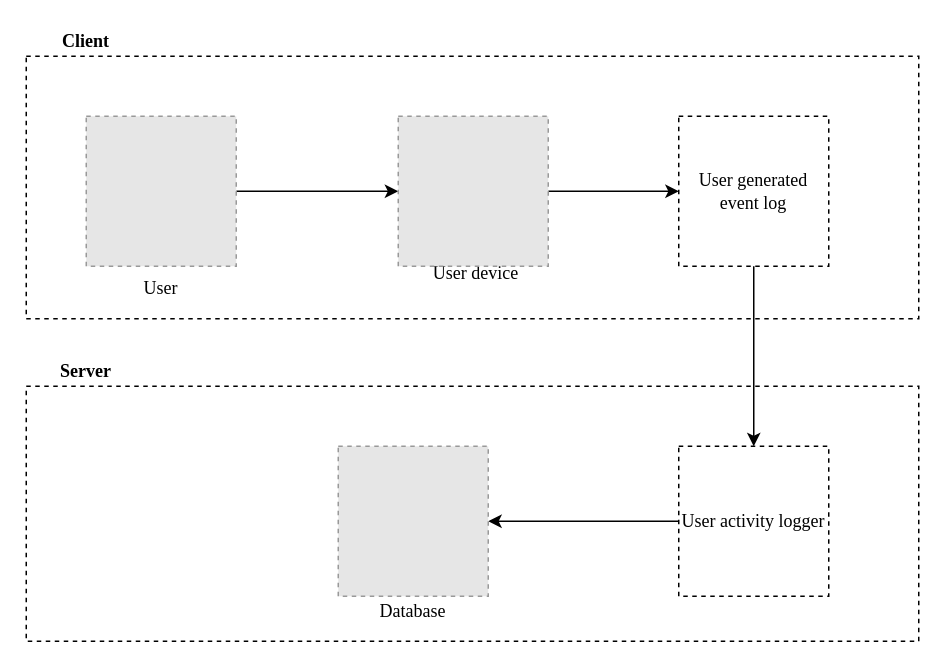
CorrieScheepers/Masters keeps this draw.io diagram as img/Chapter2/SystemA_Architecture_Diagram/SystemA_Architecture_Diagram.drawio. Above is the earlier version. Source tidied: cells renumbered, new cells numbered last; positions are measured from the earlier drawing's top-left corner, leaving out a move shared by most shapes. Both pictures are drawn from the tidied source at 150%, with x=0, y=0 at pixel (26, 26). Pictures stored in the file or linked from it are replaced by grey dashed boxes.
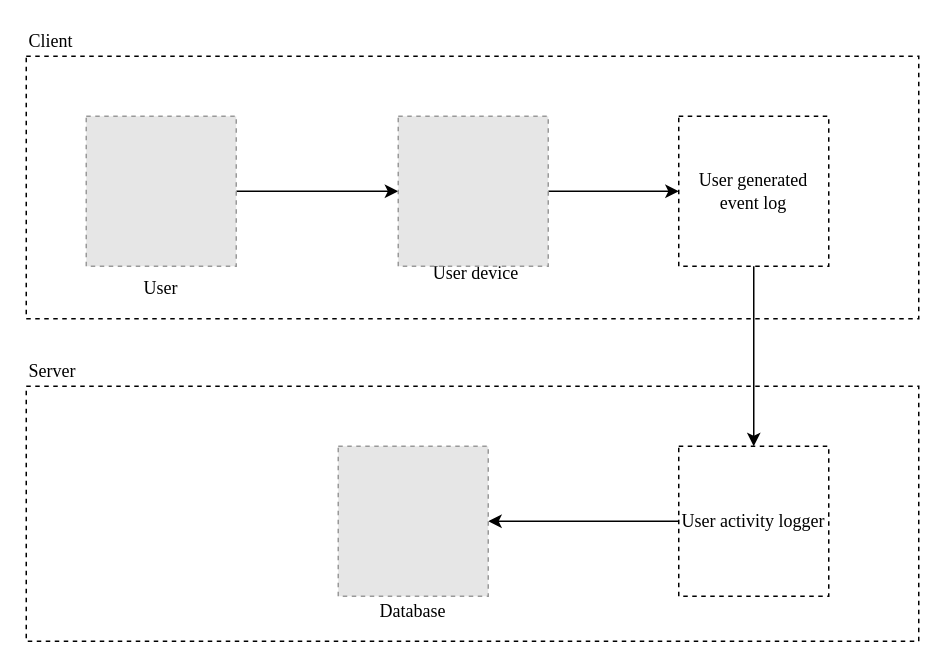
The same diagram, later.

Diff of the diagram source:
```diff
@@
 <mxGraphModel>
   <root>
     <mxCell id="0" />
     <mxCell id="1" parent="0" />
     <mxCell id="2" style="rounded=0;whiteSpace=wrap;html=1;dashed=1;strokeColor=#000000;fillColor=none;fontFamily=Times New Roman;" parent="1" vertex="1">
       <mxGeometry y="240" width="595" height="170" as="geometry" />
     </mxCell>
     <mxCell id="3" style="rounded=0;whiteSpace=wrap;html=1;dashed=1;fillColor=none;strokeColor=#000000;fontFamily=Times New Roman;" parent="1" vertex="1">
       <mxGeometry y="20" width="595" height="175" as="geometry" />
     </mxCell>
     <mxCell id="4" style="edgeStyle=orthogonalEdgeStyle;rounded=0;jettySize=auto;html=1;exitX=1;exitY=0.5;exitDx=0;exitDy=0;" parent="1" edge="1" source="5" target="16">
       <mxGeometry relative="1" as="geometry" />
     </mxCell>
     <mxCell id="5" style="fillColor=#E6E6E6;strokeColor=#999999;dashed=1;verticalLabelPosition=bottom;verticalAlign=top;fontFamily=Times New Roman;" parent="1" vertex="1">
       <mxGeometry x="40" y="60" width="100" height="100" as="geometry" />
     </mxCell>
     <mxCell id="6" style="edgeStyle=orthogonalEdgeStyle;rounded=0;jettySize=auto;html=1;exitX=0;exitY=0.5;exitDx=0;exitDy=0;" parent="1" edge="1" source="7" target="17">
       <mxGeometry relative="1" as="geometry" />
     </mxCell>
     <mxCell id="7" value="User activity logger" style="whiteSpace=wrap;html=1;fillColor=none;dashed=1;fontFamily=Times New Roman;" parent="1" vertex="1">
       <mxGeometry x="435" y="280" width="100" height="100" as="geometry" />
     </mxCell>
     <mxCell id="8" style="edgeStyle=orthogonalEdgeStyle;rounded=0;jettySize=auto;html=1;exitX=0.5;exitY=1;exitDx=0;exitDy=0;entryX=0.5;entryY=0;entryDx=0;entryDy=0;" parent="1" edge="1" source="9" target="7">
       <mxGeometry relative="1" as="geometry" />
     </mxCell>
     <mxCell id="9" value="User generated event log" style="whiteSpace=wrap;html=1;fillColor=none;dashed=1;fontFamily=Times New Roman;" parent="1" vertex="1">
       <mxGeometry x="435" y="60" width="100" height="100" as="geometry" />
     </mxCell>
-    <mxCell id="10" value="&lt;b&gt;Server&lt;/b&gt;" style="text;html=1;strokeColor=none;fillColor=none;align=center;verticalAlign=middle;whiteSpace=wrap;rounded=0;dashed=1;fontFamily=Times New Roman;" parent="1" vertex="1">
+    <mxCell id="10" value="&lt;span&gt;Server&lt;/span&gt;" style="text;html=1;strokeColor=none;fillColor=none;align=left;verticalAlign=middle;whiteSpace=wrap;rounded=0;dashed=1;fontFamily=Times New Roman;fontStyle=0;" parent="1" vertex="1">
       <mxGeometry y="220" width="80" height="20" as="geometry" />
     </mxCell>
     <mxCell id="11" value="Database" style="text;html=1;strokeColor=none;fillColor=none;align=center;verticalAlign=middle;whiteSpace=wrap;rounded=0;dashed=1;fontFamily=Times New Roman;" parent="1" vertex="1">
       <mxGeometry x="212.5" y="380" width="90" height="20" as="geometry" />
     </mxCell>
     <mxCell id="12" value="User device" style="text;html=1;strokeColor=none;fillColor=none;align=center;verticalAlign=middle;whiteSpace=wrap;rounded=0;dashed=1;fontFamily=Times New Roman;" parent="1" vertex="1">
       <mxGeometry x="255" y="155" width="90" height="20" as="geometry" />
     </mxCell>
     <mxCell id="13" value="User" style="text;html=1;strokeColor=none;fillColor=none;align=center;verticalAlign=middle;whiteSpace=wrap;rounded=0;dashed=1;fontFamily=Times New Roman;" parent="1" vertex="1">
       <mxGeometry x="45" y="165" width="90" height="20" as="geometry" />
     </mxCell>
-    <mxCell id="14" value="&lt;b&gt;Client&lt;/b&gt;" style="text;html=1;strokeColor=none;fillColor=none;align=center;verticalAlign=middle;whiteSpace=wrap;rounded=0;dashed=1;fontFamily=Times New Roman;" parent="1" vertex="1">
+    <mxCell id="14" value="&lt;span&gt;Client&lt;/span&gt;" style="text;html=1;strokeColor=none;fillColor=none;align=left;verticalAlign=middle;whiteSpace=wrap;rounded=0;dashed=1;fontFamily=Times New Roman;fontStyle=0;" parent="1" vertex="1">
       <mxGeometry width="80" height="20" as="geometry" />
     </mxCell>
     <mxCell id="15" style="edgeStyle=orthogonalEdgeStyle;rounded=0;jettySize=auto;html=1;exitX=1;exitY=0.5;exitDx=0;exitDy=0;entryX=0;entryY=0.5;entryDx=0;entryDy=0;" parent="1" edge="1" source="16" target="9">
       <mxGeometry relative="1" as="geometry" />
     </mxCell>
     <mxCell id="16" style="fillColor=#E6E6E6;strokeColor=#999999;dashed=1;verticalLabelPosition=bottom;verticalAlign=top;" parent="1" vertex="1">
       <mxGeometry x="248" y="60" width="100" height="100" as="geometry" />
     </mxCell>
     <mxCell id="17" style="fillColor=#E6E6E6;strokeColor=#999999;dashed=1;verticalLabelPosition=bottom;verticalAlign=top;" parent="1" vertex="1">
       <mxGeometry x="208" y="280" width="100" height="100" as="geometry" />
     </mxCell>
   </root>
 </mxGraphModel>
```
